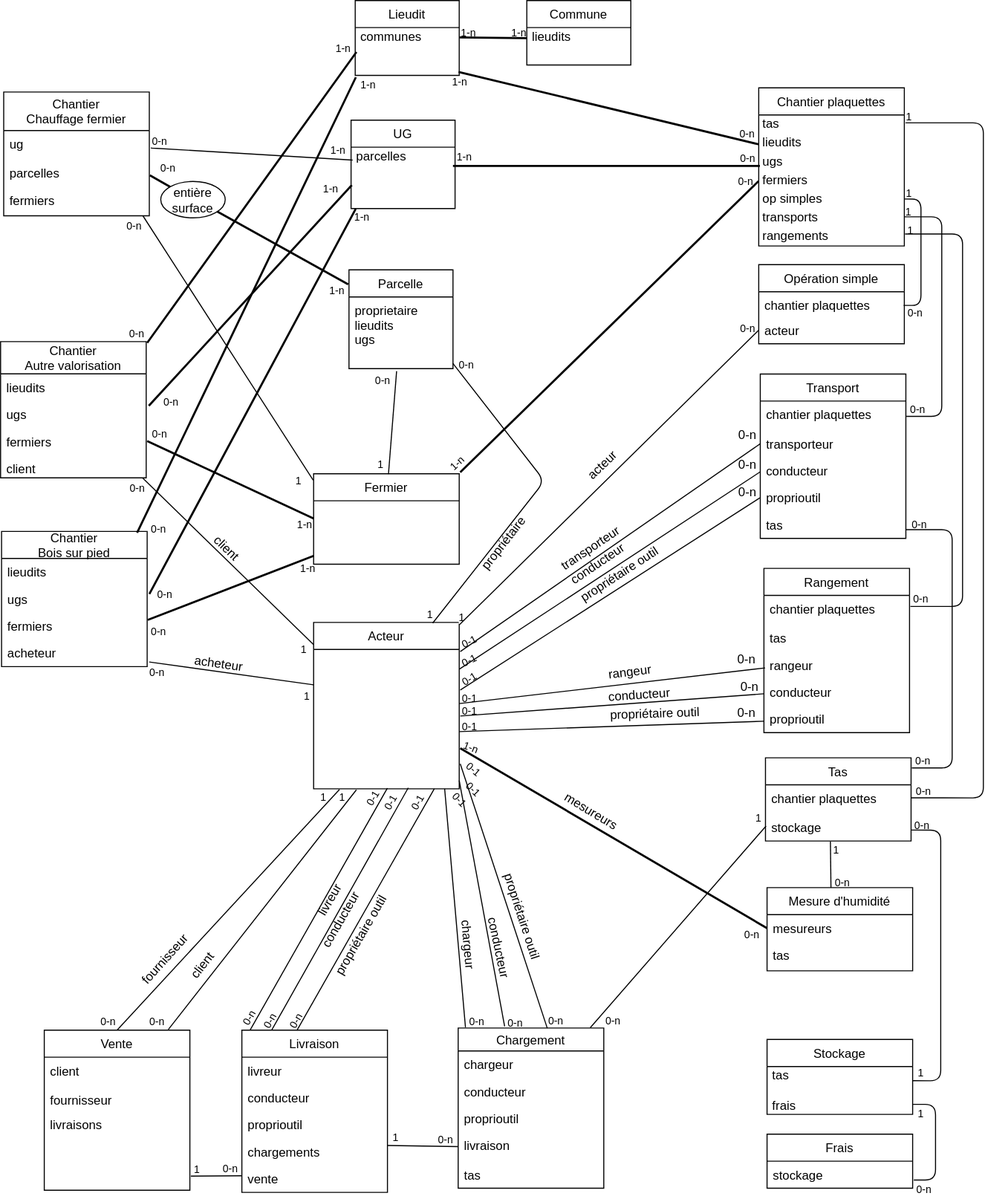
The draw.io diagram docs/mcd-bdl.svg in bdlarzac/chantiers, before a commit. Source tidied: cells renumbered, new cells last; positions are measured from the earlier drawing's top-left corner, leaving out a move shared by most shapes.
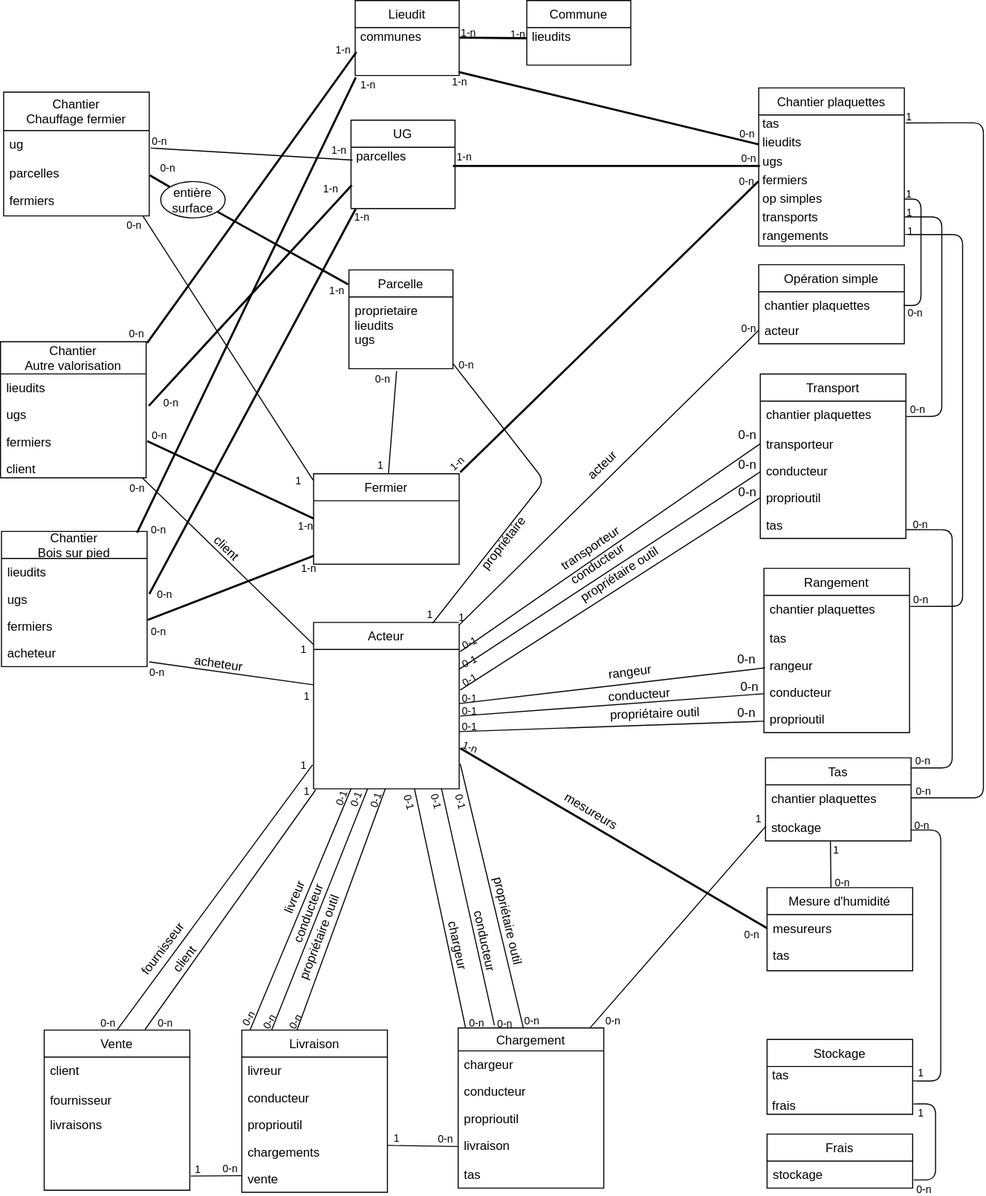
After the commit.

What changed in the source:
```diff
@@ -36,13 +36,13 @@
     <mxCell id="9" value="0-n" style="text;html=1;align=center;verticalAlign=middle;rotation=0;" parent="1" vertex="1">
       <mxGeometry x="704" y="409" width="28" height="18" as="geometry" />
     </mxCell>
-    <mxCell id="10" style="endArrow=none;html=1;rounded=0;entryX=0.056;entryY=0.001;entryDx=0;entryDy=0;exitX=0.371;exitY=0.995;exitDx=0;exitDy=0;exitPerimeter=0;entryPerimeter=0;" parent="1" edge="1" target="166">
+    <mxCell id="10" style="endArrow=none;html=1;rounded=0;entryX=0.056;entryY=0.001;entryDx=0;entryDy=0;entryPerimeter=0;" parent="1" edge="1" target="166">
       <mxGeometry relative="1" as="geometry">
-        <mxPoint x="371.9" y="757.3" as="sourcePoint" />
+        <mxPoint x="337" y="758" as="sourcePoint" />
       </mxGeometry>
     </mxCell>
-    <mxCell id="11" value="0-1" style="text;html=1;align=center;verticalAlign=middle;fontSize=10;rotation=300;" parent="1" vertex="1">
-      <mxGeometry x="345" y="760" width="25" height="16" as="geometry" />
+    <mxCell id="11" value="0-1" style="text;html=1;align=center;verticalAlign=middle;fontSize=10;rotation=291;" parent="1" vertex="1">
+      <mxGeometry x="315" y="760" width="25" height="16" as="geometry" />
     </mxCell>
     <mxCell id="12" style="endArrow=none;html=1;strokeWidth=1;entryX=0.439;entryY=0;entryDx=0;entryDy=0;exitX=0.446;exitY=1.02;exitDx=0;exitDy=0;exitPerimeter=0;entryPerimeter=0;" parent="1" edge="1" source="190" target="202">
       <mxGeometry relative="1" as="geometry" />
@@ -263,14 +263,14 @@
         <mxPoint x="10.7" y="0.5" as="offset" />
       </mxGeometry>
     </mxCell>
-    <mxCell id="56" style="endArrow=none;html=1;strokeWidth=1;exitX=0.612;exitY=0.001;exitDx=0;exitDy=0;exitPerimeter=0;" parent="1" edge="1" source="176">
+    <mxCell id="56" style="endArrow=none;html=1;strokeWidth=1;exitX=0.447;exitY=-0.003;exitDx=0;exitDy=0;exitPerimeter=0;" parent="1" edge="1" source="176">
       <mxGeometry relative="1" as="geometry">
         <mxPoint x="442" y="734" as="targetPoint" />
       </mxGeometry>
     </mxCell>
-    <mxCell id="57" value="0-1" style="html=1;align=right;verticalAlign=bottom;labelBackgroundColor=none;fontSize=10;rotation=40;" parent="56" vertex="1">
+    <mxCell id="57" value="0-1" style="html=1;align=right;verticalAlign=bottom;labelBackgroundColor=none;fontSize=10;rotation=75;" parent="56" vertex="1">
       <mxGeometry x="1" relative="1" as="geometry">
-        <mxPoint x="14" y="17" as="offset" />
+        <mxPoint x="-4" y="44.9" as="offset" />
       </mxGeometry>
     </mxCell>
     <mxCell id="58" value="0-n" style="html=1;align=left;verticalAlign=bottom;labelBackgroundColor=none;fontSize=10;" parent="56" vertex="1">
@@ -278,14 +278,14 @@
         <mxPoint x="-0.9" y="1.2" as="offset" />
       </mxGeometry>
     </mxCell>
-    <mxCell id="59" style="endArrow=none;html=1;strokeWidth=1;entryX=0.5;entryY=0;entryDx=0;entryDy=0;exitX=0.042;exitY=1.004;exitDx=0;exitDy=0;exitPerimeter=0;" parent="1" edge="1" target="172">
+    <mxCell id="59" style="endArrow=none;html=1;strokeWidth=1;entryX=0.5;entryY=0;entryDx=0;entryDy=0;" parent="1" edge="1" target="172">
       <mxGeometry relative="1" as="geometry">
-        <mxPoint x="325.9" y="758.5" as="sourcePoint" />
+        <mxPoint x="300" y="735" as="sourcePoint" />
       </mxGeometry>
     </mxCell>
     <mxCell id="60" value="1" style="html=1;align=left;verticalAlign=bottom;labelBackgroundColor=none;fontSize=10;" parent="59" vertex="1">
       <mxGeometry x="-1" relative="1" as="geometry">
-        <mxPoint x="-19.9" y="15.5" as="offset" />
+        <mxPoint x="-13" y="8" as="offset" />
       </mxGeometry>
     </mxCell>
     <mxCell id="61" value="0-n" style="html=1;align=right;verticalAlign=bottom;labelBackgroundColor=#ffffff;fontSize=10;" parent="59" vertex="1">
@@ -293,19 +293,19 @@
         <mxPoint x="-1" as="offset" />
       </mxGeometry>
     </mxCell>
-    <mxCell id="62" style="endArrow=none;html=1;strokeWidth=1;entryX=0.852;entryY=-0.004;entryDx=0;entryDy=0;exitX=0.158;exitY=1.007;exitDx=0;exitDy=0;exitPerimeter=0;entryPerimeter=0;" parent="1" edge="1" target="172">
+    <mxCell id="62" style="endArrow=none;html=1;strokeWidth=1;entryX=0.693;entryY=-0.004;entryDx=0;entryDy=0;entryPerimeter=0;" parent="1" edge="1" target="172">
       <mxGeometry relative="1" as="geometry">
-        <mxPoint x="342.1" y="758.9" as="sourcePoint" />
+        <mxPoint x="303" y="759" as="sourcePoint" />
       </mxGeometry>
     </mxCell>
     <mxCell id="63" value="1" style="html=1;align=left;verticalAlign=bottom;labelBackgroundColor=none;fontSize=10;" parent="62" vertex="1">
       <mxGeometry x="-1" relative="1" as="geometry">
-        <mxPoint x="-18.1" y="15.1" as="offset" />
+        <mxPoint x="-13" y="9" as="offset" />
       </mxGeometry>
     </mxCell>
-    <mxCell id="64" value="0-n" style="html=1;align=right;verticalAlign=bottom;labelBackgroundColor=#ffffff;fontSize=10;" parent="62" vertex="1">
+    <mxCell id="64" value="0-n" style="html=1;align=right;verticalAlign=bottom;labelBackgroundColor=none;fontSize=10;" parent="62" vertex="1">
       <mxGeometry x="1" relative="1" as="geometry">
-        <mxPoint x="-3" y="1" as="offset" />
+        <mxPoint x="27" y="0.6" as="offset" />
       </mxGeometry>
     </mxCell>
     <mxCell id="65" style="endArrow=none;html=1;entryX=0.956;entryY=1;entryDx=0;entryDy=0;entryPerimeter=0;exitX=-0.003;exitY=0.071;exitDx=0;exitDy=0;exitPerimeter=0;" parent="1" edge="1" source="224" target="142">
@@ -347,17 +347,17 @@
     <mxCell id="73" value="mesureurs" style="text;html=1;strokeColor=none;fillColor=none;align=center;verticalAlign=middle;whiteSpace=wrap;rounded=0;rotation=31;" parent="1" vertex="1">
       <mxGeometry x="535" y="770" width="66" height="20" as="geometry" />
     </mxCell>
-    <mxCell id="74" value="chargeur" style="text;html=1;strokeColor=none;fillColor=none;align=center;verticalAlign=middle;whiteSpace=wrap;rounded=0;rotation=85;" parent="1" vertex="1">
-      <mxGeometry x="409" y="898" width="81" height="20" as="geometry" />
+    <mxCell id="74" value="chargeur" style="text;html=1;strokeColor=none;fillColor=none;align=center;verticalAlign=middle;whiteSpace=wrap;rounded=0;rotation=78;" parent="1" vertex="1">
+      <mxGeometry x="399" y="899" width="81" height="20" as="geometry" />
     </mxCell>
-    <mxCell id="75" value="livreur" style="text;html=1;strokeColor=none;fillColor=none;align=center;verticalAlign=middle;whiteSpace=wrap;rounded=0;rotation=300;" parent="1" vertex="1">
-      <mxGeometry x="284" y="855" width="66" height="20" as="geometry" />
+    <mxCell id="75" value="livreur" style="text;html=1;strokeColor=none;fillColor=none;align=center;verticalAlign=middle;whiteSpace=wrap;rounded=0;rotation=293;" parent="1" vertex="1">
+      <mxGeometry x="249.7" y="856.6" width="66" height="12" as="geometry" />
     </mxCell>
     <mxCell id="76" value="client" style="text;html=1;strokeColor=none;fillColor=none;align=center;verticalAlign=middle;whiteSpace=wrap;rounded=0;rotation=308;" parent="1" vertex="1">
-      <mxGeometry x="166" y="916" width="57" height="24" as="geometry" />
+      <mxGeometry x="149" y="910" width="57" height="24" as="geometry" />
     </mxCell>
-    <mxCell id="77" value="fournisseur" style="text;html=1;strokeColor=none;fillColor=none;align=center;verticalAlign=middle;whiteSpace=wrap;rounded=0;rotation=312;" parent="1" vertex="1">
-      <mxGeometry x="115" y="912" width="87" height="20" as="geometry" />
+    <mxCell id="77" value="fournisseur" style="text;html=1;strokeColor=none;fillColor=none;align=center;verticalAlign=middle;whiteSpace=wrap;rounded=0;rotation=307;" parent="1" vertex="1">
+      <mxGeometry x="113" y="902" width="87" height="20" as="geometry" />
     </mxCell>
     <mxCell id="78" value="acheteur" style="text;html=1;strokeColor=none;fillColor=none;align=center;verticalAlign=middle;whiteSpace=wrap;rounded=0;rotation=8;" parent="1" vertex="1">
       <mxGeometry x="177" y="628" width="66" height="20" as="geometry" />
@@ -496,40 +496,40 @@
     <mxCell id="110" value="0-n" style="text;html=1;align=center;verticalAlign=middle;" parent="1" vertex="1">
       <mxGeometry x="702" y="675" width="30" height="20" as="geometry" />
     </mxCell>
-    <mxCell id="111" style="endArrow=none;html=1;rounded=0;exitX=0.371;exitY=0.995;exitDx=0;exitDy=0;exitPerimeter=0;entryX=0.205;entryY=0;entryDx=0;entryDy=0;entryPerimeter=0;" parent="1" edge="1" target="166">
+    <mxCell id="111" style="endArrow=none;html=1;rounded=0;entryX=0.205;entryY=0;entryDx=0;entryDy=0;entryPerimeter=0;" parent="1" edge="1" target="166">
       <mxGeometry relative="1" as="geometry">
-        <mxPoint x="392" y="757" as="sourcePoint" />
+        <mxPoint x="353" y="758" as="sourcePoint" />
       </mxGeometry>
     </mxCell>
-    <mxCell id="112" style="endArrow=none;html=1;rounded=0;entryX=0.378;entryY=0.002;entryDx=0;entryDy=0;exitX=0.371;exitY=0.995;exitDx=0;exitDy=0;exitPerimeter=0;entryPerimeter=0;" parent="1" edge="1" target="166">
+    <mxCell id="112" style="endArrow=none;html=1;rounded=0;entryX=0.378;entryY=0.002;entryDx=0;entryDy=0;entryPerimeter=0;" parent="1" edge="1" target="166">
       <mxGeometry relative="1" as="geometry">
-        <mxPoint x="417" y="758" as="sourcePoint" />
+        <mxPoint x="370" y="758" as="sourcePoint" />
       </mxGeometry>
     </mxCell>
-    <mxCell id="113" value="conducteur" style="text;html=1;strokeColor=none;fillColor=none;align=center;verticalAlign=middle;whiteSpace=wrap;rounded=0;rotation=300;" parent="1" vertex="1">
-      <mxGeometry x="299" y="874" width="57" height="20" as="geometry" />
+    <mxCell id="113" value="conducteur" style="text;html=1;strokeColor=none;fillColor=none;align=center;verticalAlign=middle;whiteSpace=wrap;rounded=0;rotation=291;" parent="1" vertex="1">
+      <mxGeometry x="268" y="868" width="57" height="20" as="geometry" />
     </mxCell>
-    <mxCell id="114" value="propriétaire outil" style="text;html=1;strokeColor=none;fillColor=none;align=center;verticalAlign=middle;whiteSpace=wrap;rounded=0;rotation=300;" parent="1" vertex="1">
-      <mxGeometry x="287" y="889" width="120" height="20" as="geometry" />
+    <mxCell id="114" value="propriétaire outil" style="text;html=1;strokeColor=none;fillColor=none;align=center;verticalAlign=middle;whiteSpace=wrap;rounded=0;rotation=291;" parent="1" vertex="1">
+      <mxGeometry x="247" y="891" width="120" height="20" as="geometry" />
     </mxCell>
-    <mxCell id="115" style="endArrow=none;html=1;strokeWidth=1;exitX=0.319;exitY=-0.01;exitDx=0;exitDy=0;exitPerimeter=0;" parent="1" edge="1" source="176">
+    <mxCell id="115" style="endArrow=none;html=1;strokeWidth=1;exitX=0.249;exitY=-0.017;exitDx=0;exitDy=0;exitPerimeter=0;" parent="1" edge="1" source="176">
       <mxGeometry relative="1" as="geometry">
-        <mxPoint x="441" y="750" as="targetPoint" />
+        <mxPoint x="424" y="758" as="targetPoint" />
       </mxGeometry>
     </mxCell>
-    <mxCell id="116" value="0-1" style="html=1;align=right;verticalAlign=bottom;labelBackgroundColor=none;fontSize=10;rotation=45;" parent="115" vertex="1">
+    <mxCell id="116" value="0-1" style="html=1;align=right;verticalAlign=bottom;labelBackgroundColor=none;fontSize=10;rotation=75;" parent="115" vertex="1">
       <mxGeometry x="1" relative="1" as="geometry">
-        <mxPoint x="13.1" y="19.1" as="offset" />
+        <mxPoint x="-10" y="21" as="offset" />
       </mxGeometry>
     </mxCell>
     <mxCell id="117" style="endArrow=none;html=1;strokeWidth=1;exitX=0.05;exitY=-0.005;exitDx=0;exitDy=0;exitPerimeter=0;" parent="1" edge="1" source="176">
       <mxGeometry relative="1" as="geometry">
-        <mxPoint x="427" y="758" as="targetPoint" />
+        <mxPoint x="398" y="758" as="targetPoint" />
       </mxGeometry>
     </mxCell>
-    <mxCell id="118" value="0-1" style="html=1;align=right;verticalAlign=bottom;labelBackgroundColor=none;fontSize=10;rotation=47;direction=south;" parent="117" vertex="1">
+    <mxCell id="118" value="0-1" style="html=1;align=right;verticalAlign=bottom;labelBackgroundColor=none;fontSize=10;rotation=75;direction=south;" parent="117" vertex="1">
       <mxGeometry x="1" relative="1" as="geometry">
-        <mxPoint x="13.9" y="20.8" as="offset" />
+        <mxPoint x="-10" y="22" as="offset" />
       </mxGeometry>
     </mxCell>
     <mxCell id="119" value="0-n" style="html=1;align=left;verticalAlign=bottom;labelBackgroundColor=none;fontSize=10;" parent="117" vertex="1">
@@ -538,10 +538,10 @@
       </mxGeometry>
     </mxCell>
     <mxCell id="120" value="conducteur" style="text;html=1;strokeColor=none;fillColor=none;align=center;verticalAlign=middle;whiteSpace=wrap;rounded=0;rotation=78;" parent="1" vertex="1">
-      <mxGeometry x="440" y="901" width="78" height="20" as="geometry" />
+      <mxGeometry x="427" y="897" width="78" height="15" as="geometry" />
     </mxCell>
-    <mxCell id="121" value="propriétaire outil" style="text;html=1;strokeColor=none;fillColor=none;align=center;verticalAlign=middle;whiteSpace=wrap;rounded=0;rotation=72;" parent="1" vertex="1">
-      <mxGeometry x="437" y="871" width="129" height="20" as="geometry" />
+    <mxCell id="121" value="propriétaire outil" style="text;html=1;strokeColor=none;fillColor=none;align=center;verticalAlign=middle;whiteSpace=wrap;rounded=0;rotation=77;" parent="1" vertex="1">
+      <mxGeometry x="423" y="877.5" width="129" height="16" as="geometry" />
     </mxCell>
     <mxCell id="122" style="endArrow=none;html=1;exitX=1.007;exitY=-0.016;exitDx=0;exitDy=0;exitPerimeter=0;strokeWidth=2;entryX=-0.001;entryY=0.536;entryDx=0;entryDy=0;entryPerimeter=0;" parent="1" edge="1" source="224" target="198">
       <mxGeometry relative="1" as="geometry" />
@@ -890,15 +890,15 @@
       <mxGeometry x="271" y="974" width="25" height="16" as="geometry" />
     </mxCell>
     <mxCell id="221" value="0-n" style="html=1;align=left;verticalAlign=bottom;labelBackgroundColor=none;fontSize=10;" parent="1" vertex="1">
-      <mxGeometry x="484" y="988" as="geometry">
+      <mxGeometry x="474" y="988" as="geometry">
         <mxPoint x="2" y="3.1" as="offset" />
       </mxGeometry>
     </mxCell>
-    <mxCell id="222" value="0-1" style="text;html=1;align=center;verticalAlign=middle;fontSize=10;rotation=300;" parent="1" vertex="1">
-      <mxGeometry x="362" y="764" width="25" height="16" as="geometry" />
+    <mxCell id="222" value="0-1" style="text;html=1;align=center;verticalAlign=middle;fontSize=10;rotation=292;" parent="1" vertex="1">
+      <mxGeometry x="329" y="761" width="25" height="16" as="geometry" />
     </mxCell>
-    <mxCell id="223" value="0-1" style="text;html=1;align=center;verticalAlign=middle;fontSize=10;rotation=300;" parent="1" vertex="1">
-      <mxGeometry x="388" y="764" width="25" height="16" as="geometry" />
+    <mxCell id="223" value="0-1" style="text;html=1;align=center;verticalAlign=middle;fontSize=10;rotation=290;" parent="1" vertex="1">
+      <mxGeometry x="348" y="762" width="25" height="16" as="geometry" />
     </mxCell>
     <mxCell id="224" value="Fermier" style="swimlane;fontStyle=0;horizontal=1;startSize=26;fillColor=none;" parent="1" vertex="1">
       <mxGeometry x="301" y="455" width="140" height="87" as="geometry" />
```
